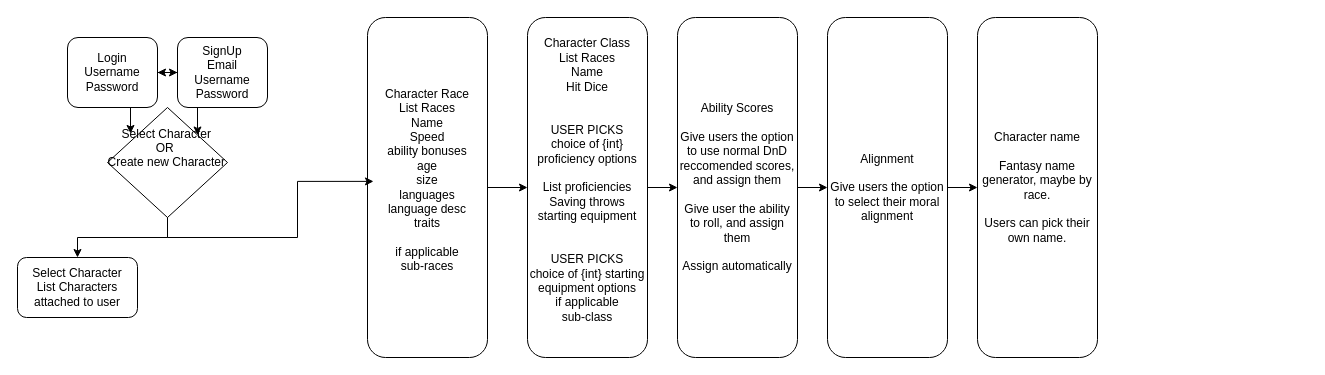
Drubaloo/Dungeons-Dragons keeps this draw.io diagram as plansAndAssets/userFlow.drawio. Above is the earlier version. Source tidied: cells renumbered, new cells numbered last; positions are measured from the earlier drawing's top-left corner, leaving out a move shared by most shapes. Both pictures are drawn from the tidied source at 100%, with x=0, y=0 at pixel (17, 17).
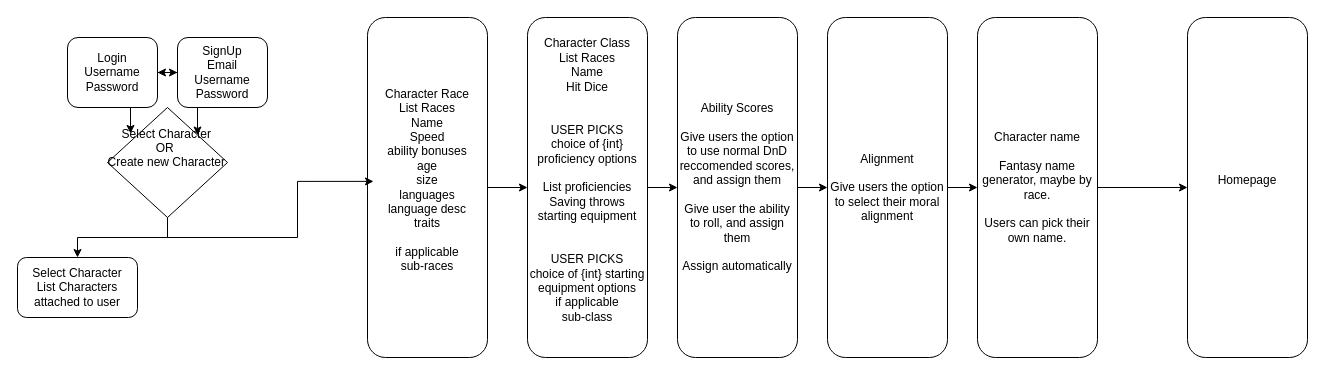
The same page after the edit.

The change refers to these unchanged cells:
```xml
<mxCell id="19" value="&lt;div&gt;Character name&lt;br&gt;&lt;/div&gt;&lt;div&gt;&lt;br&gt;&lt;/div&gt;&lt;div&gt;Fantasy name generator, maybe by race.&lt;/div&gt;&lt;div&gt;&lt;br&gt;&lt;/div&gt;&lt;div&gt;Users can pick their own name. &lt;br&gt;&lt;/div&gt;" style="rounded=1;whiteSpace=wrap;html=1;" parent="1" vertex="1">
  <mxGeometry x="960" width="120" height="340" as="geometry" />
</mxCell>
```

The edit, as a diff of the source:
```diff
@@
+    <mxCell id="22" style="edgeStyle=orthogonalEdgeStyle;rounded=0;jettySize=auto;html=1;exitX=1;exitY=0.5;exitDx=0;exitDy=0;entryX=0;entryY=0.5;entryDx=0;entryDy=0;" parent="1" edge="1" source="19" target="23">
+      <mxGeometry relative="1" as="geometry" />
+    </mxCell>
@@
+    <mxCell id="23" value="&lt;div&gt;Homepage&lt;/div&gt;&lt;div&gt;&lt;br&gt;&lt;/div&gt;" style="rounded=1;whiteSpace=wrap;html=1;" parent="1" vertex="1">
+      <mxGeometry x="1170" width="120" height="340" as="geometry" />
+    </mxCell>
```
